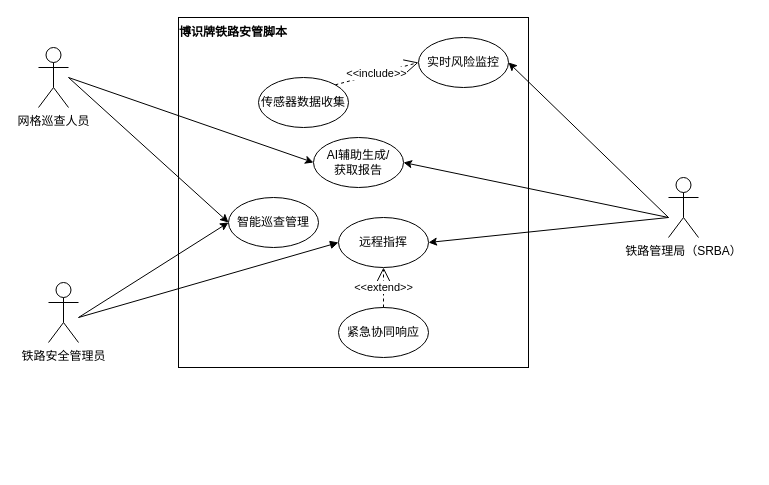
This is 用例图1.drawio from Lxlorange/drawio, a draw.io file, before an edit. Source tidied: cells renumbered, new cells numbered last; positions are measured from the earlier drawing's top-left corner, leaving out a move shared by most shapes. Both pictures are drawn from the tidied source at 100%, with x=0, y=0 at pixel (38, 17).
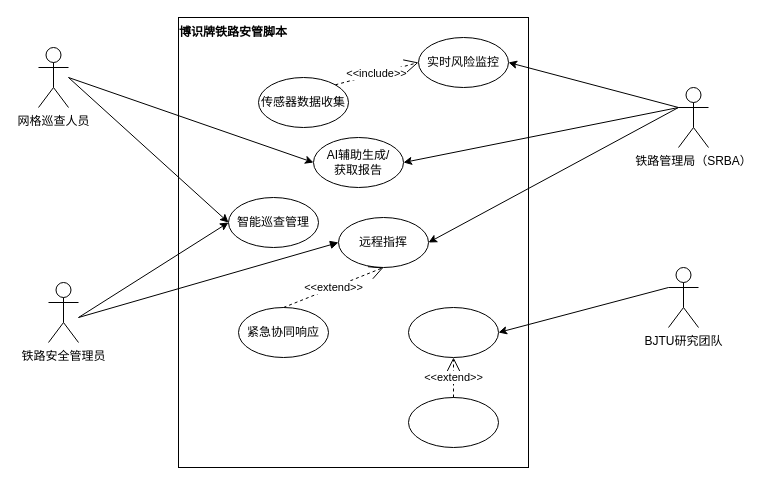
The same page after the edit.

Commit message:
更新用例图1.drawio

The change refers to these unchanged cells:
```xml
<mxCell id="6" value="AI辅助生成/&lt;div&gt;获取报告&lt;/div&gt;" style="ellipse;whiteSpace=wrap;html=1;" parent="1" vertex="1">
  <mxGeometry x="275" y="120" width="90" height="50" as="geometry" />
</mxCell>
<mxCell id="7" value="实时风险监控" style="ellipse;whiteSpace=wrap;html=1;" parent="1" vertex="1">
  <mxGeometry x="380" y="20" width="90" height="50" as="geometry" />
</mxCell>
<mxCell id="11" value="远程指挥" style="ellipse;whiteSpace=wrap;html=1;" parent="1" vertex="1">
  <mxGeometry x="300" y="200" width="90" height="50" as="geometry" />
</mxCell>
```

Change to the diagram source:
```diff
@@
     <mxCell id="2" style="rounded=0;whiteSpace=wrap;html=1;" parent="1" vertex="1">
-      <mxGeometry x="140" width="350" height="350" as="geometry" />
+      <mxGeometry x="140" width="350" height="450" as="geometry" />
     </mxCell>
@@
     <mxCell id="5" value="铁路管理局（SRBA）" style="shape=umlActor;verticalLabelPosition=bottom;verticalAlign=top;html=1;outlineConnect=0;" parent="1" vertex="1">
-      <mxGeometry x="630" y="160" width="30" height="60" as="geometry" />
+      <mxGeometry x="640" y="70" width="30" height="60" as="geometry" />
     </mxCell>
@@
     <mxCell id="10" value="紧急协同响应" style="ellipse;whiteSpace=wrap;html=1;" parent="1" vertex="1">
-      <mxGeometry x="300" y="290" width="90" height="50" as="geometry" />
+      <mxGeometry x="200" y="290" width="90" height="50" as="geometry" />
     </mxCell>
@@
     <mxCell id="13" style="endArrow=classic;html=1;rounded=0;entryX=1;entryY=0.5;entryDx=0;entryDy=0;" parent="1" edge="1" target="11">
       <mxGeometry relative="1" as="geometry">
-        <mxPoint x="630" y="200" as="sourcePoint" />
+        <mxPoint x="640" y="90" as="sourcePoint" />
       </mxGeometry>
     </mxCell>
@@
     <mxCell id="18" style="endArrow=classic;html=1;rounded=0;entryX=1;entryY=0.5;entryDx=0;entryDy=0;" parent="1" edge="1" target="6">
       <mxGeometry relative="1" as="geometry">
-        <mxPoint x="630" y="200" as="sourcePoint" />
+        <mxPoint x="640" y="90" as="sourcePoint" />
       </mxGeometry>
     </mxCell>
@@
-    <mxCell id="20" style="endArrow=classic;html=1;rounded=0;entryX=1;entryY=0.5;entryDx=0;entryDy=0;" parent="1" edge="1" target="7">
-      <mxGeometry relative="1" as="geometry">
-        <mxPoint x="630" y="200" as="sourcePoint" />
-      </mxGeometry>
+    <mxCell id="20" style="endArrow=classic;html=1;rounded=0;entryX=1;entryY=0.5;entryDx=0;entryDy=0;exitX=0;exitY=0.3333333333333333;exitDx=0;exitDy=0;exitPerimeter=0;" parent="1" edge="1" source="5" target="7">
+      <mxGeometry relative="1" as="geometry" />
     </mxCell>
@@
+    <mxCell id="22" value="BJTU研究团队" style="shape=umlActor;verticalLabelPosition=bottom;verticalAlign=top;html=1;outlineConnect=0;" parent="1" vertex="1">
+      <mxGeometry x="630" y="250" width="30" height="60" as="geometry" />
+    </mxCell>
+    <mxCell id="23" style="ellipse;whiteSpace=wrap;html=1;" parent="1" vertex="1">
+      <mxGeometry x="370" y="290" width="90" height="50" as="geometry" />
+    </mxCell>
+    <mxCell id="24" style="ellipse;whiteSpace=wrap;html=1;" parent="1" vertex="1">
+      <mxGeometry x="370" y="380" width="90" height="50" as="geometry" />
+    </mxCell>
+    <mxCell id="25" style="endArrow=classic;html=1;rounded=0;exitX=0;exitY=0.3333333333333333;exitDx=0;exitDy=0;exitPerimeter=0;entryX=1;entryY=0.5;entryDx=0;entryDy=0;" parent="1" edge="1" source="22" target="23">
+      <mxGeometry relative="1" as="geometry" />
+    </mxCell>
+    <mxCell id="26" value="&amp;lt;&amp;lt;extend&amp;gt;&amp;gt;" style="endArrow=open;endSize=12;dashed=1;html=1;rounded=0;exitX=0.5;exitY=0;exitDx=0;exitDy=0;entryX=0.5;entryY=1;entryDx=0;entryDy=0;" parent="1" edge="1" source="24" target="23">
+      <mxGeometry relative="1" as="geometry" />
+    </mxCell>
```
